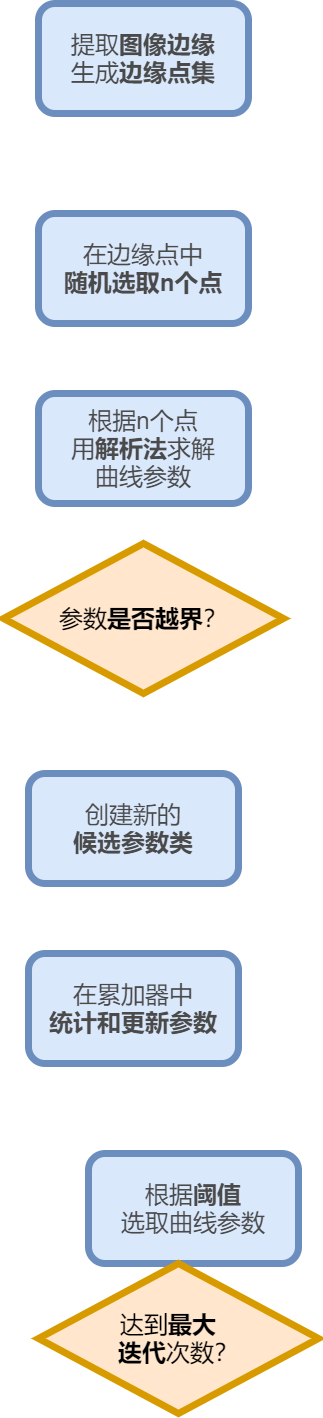
AAAAAAAyq/Personal-Studying keeps this draw.io diagram as rhf.drawio.png. Above is the earlier version. Source tidied: cells renumbered, new cells last; positions are measured from the earlier drawing's top-left corner, leaving out a move shared by most shapes.
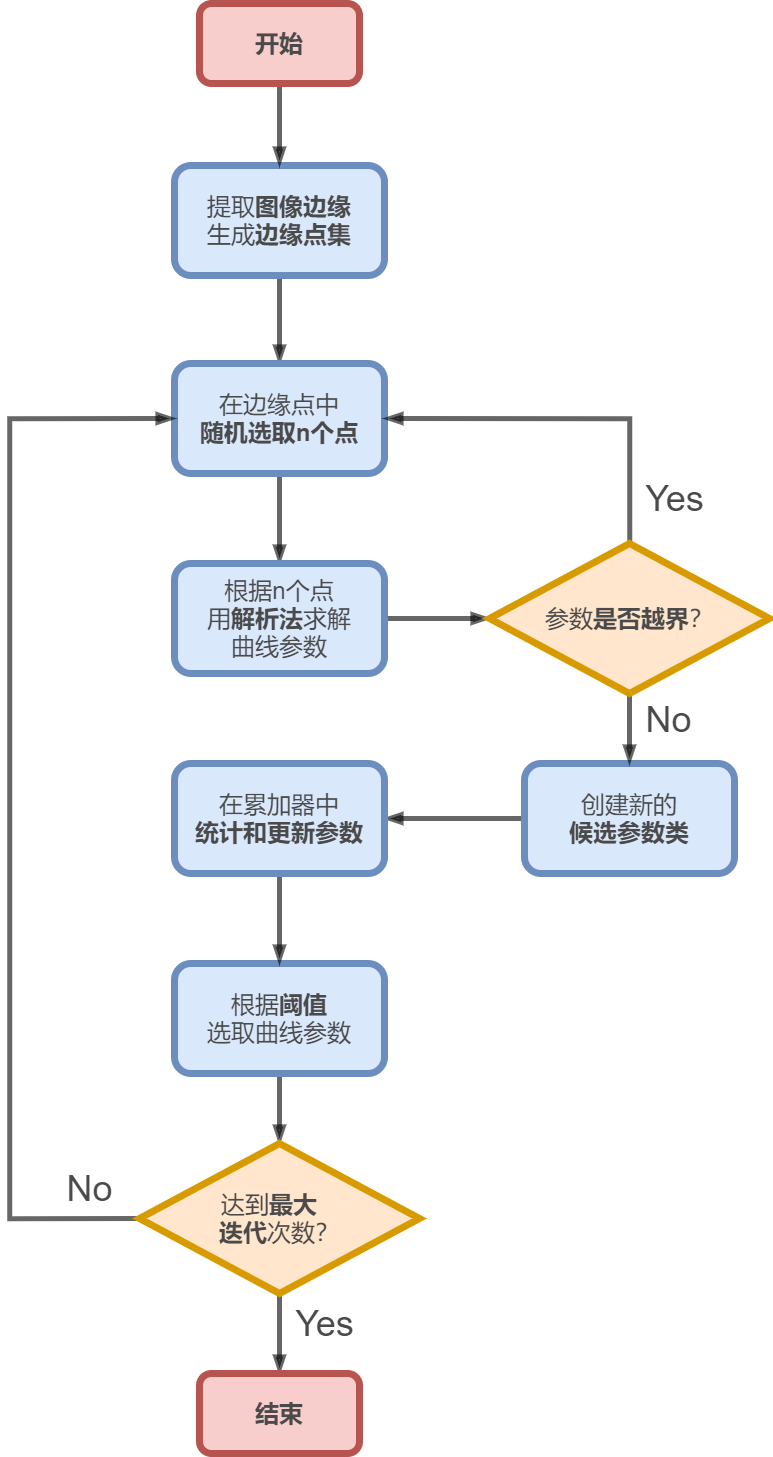
After the commit.

The edit, as a diff of the source:
```diff
@@ -2,29 +2,89 @@
   <root>
     <mxCell id="0" />
     <mxCell id="1" parent="0" />
+    <mxCell id="10" style="edgeStyle=orthogonalEdgeStyle;rounded=0;jettySize=auto;html=1;fontSize=36;fontColor=#4A4A4A;endArrow=blockThin;endFill=1;strokeWidth=5;opacity=60;" parent="1" edge="1" source="2" target="4">
+      <mxGeometry relative="1" as="geometry" />
+    </mxCell>
     <mxCell id="2" value="&lt;font style=&quot;font-size: 24px&quot;&gt;提取&lt;b&gt;图像边缘&lt;/b&gt;&lt;br&gt;生成&lt;b&gt;边缘点集&lt;/b&gt;&lt;br&gt;&lt;/font&gt;" style="rounded=1;whiteSpace=wrap;html=1;fillColor=#dae8fc;strokeColor=#6c8ebf;strokeWidth=7;fontColor=#4A4A4A;fontStyle=0;" parent="1" vertex="1">
-      <mxGeometry x="35" width="210" height="110" as="geometry" />
+      <mxGeometry y="32" width="210" height="110" as="geometry" />
     </mxCell>
+    <mxCell id="11" style="edgeStyle=orthogonalEdgeStyle;rounded=0;jettySize=auto;html=1;exitX=0.5;exitY=1;exitDx=0;exitDy=0;fontSize=36;fontColor=#4A4A4A;endArrow=blockThin;endFill=1;strokeWidth=5;opacity=60;" parent="1" edge="1" source="3" target="5">
+      <mxGeometry relative="1" as="geometry" />
+    </mxCell>
     <mxCell id="3" value="&lt;font style=&quot;font-size: 24px&quot;&gt;根据&lt;b&gt;阈值&lt;/b&gt;&lt;br&gt;选取曲线参数&lt;/font&gt;" style="rounded=1;whiteSpace=wrap;html=1;fillColor=#dae8fc;strokeColor=#6c8ebf;strokeWidth=7;fontColor=#4A4A4A;fontStyle=0;" parent="1" vertex="1">
-      <mxGeometry x="85" y="1150" width="210" height="110" as="geometry" />
+      <mxGeometry y="830" width="210" height="110" as="geometry" />
     </mxCell>
+    <mxCell id="12" style="edgeStyle=orthogonalEdgeStyle;rounded=0;jettySize=auto;html=1;fontSize=36;fontColor=#4A4A4A;endArrow=blockThin;endFill=1;strokeWidth=5;opacity=60;" parent="1" edge="1" source="4" target="6">
+      <mxGeometry relative="1" as="geometry" />
+    </mxCell>
     <mxCell id="4" value="&lt;span style=&quot;font-size: 24px&quot;&gt;&lt;span&gt;在边缘点中&lt;br&gt;&lt;b&gt;随机选取n个点&lt;/b&gt;&lt;/span&gt;&lt;/span&gt;" style="rounded=1;whiteSpace=wrap;html=1;fillColor=#dae8fc;strokeColor=#6c8ebf;strokeWidth=7;fontColor=#4A4A4A;fontStyle=0;" parent="1" vertex="1">
-      <mxGeometry x="35" y="210" width="210" height="110" as="geometry" />
+      <mxGeometry y="230" width="210" height="110" as="geometry" />
     </mxCell>
+    <mxCell id="13" style="edgeStyle=orthogonalEdgeStyle;rounded=0;jettySize=auto;html=1;exitX=0.5;exitY=1;exitDx=0;exitDy=0;fontSize=36;fontColor=#4A4A4A;endArrow=blockThin;endFill=1;strokeWidth=5;opacity=60;" parent="1" edge="1" source="5" target="22">
+      <mxGeometry relative="1" as="geometry" />
+    </mxCell>
+    <mxCell id="14" style="edgeStyle=orthogonalEdgeStyle;rounded=0;jettySize=auto;html=1;exitX=0;exitY=0.5;exitDx=0;exitDy=0;entryX=0;entryY=0.5;entryDx=0;entryDy=0;fontSize=36;fontColor=#4A4A4A;endArrow=blockThin;endFill=1;strokeWidth=5;opacity=60;" parent="1" edge="1" source="5" target="4">
+      <mxGeometry relative="1" as="geometry">
+        <Array as="points">
+          <mxPoint x="-165" y="1085" />
+          <mxPoint x="-165" y="285" />
+        </Array>
+      </mxGeometry>
+    </mxCell>
-    <mxCell id="5" value="达到&lt;b&gt;最大&amp;nbsp; &amp;nbsp;&lt;br&gt;迭代&lt;/b&gt;次数？" style="rhombus;whiteSpace=wrap;html=1;fontSize=24;strokeWidth=7;fillColor=#ffe6cc;strokeColor=#d79b00;fontStyle=0;" parent="1" vertex="1">
-      <mxGeometry x="35" y="1260" width="280" height="150" as="geometry" />
+    <mxCell id="5" value="达到&lt;b&gt;最大&amp;nbsp; &amp;nbsp;&lt;br&gt;迭代&lt;/b&gt;次数？" style="rhombus;whiteSpace=wrap;html=1;fontSize=24;strokeWidth=7;fillColor=#ffe6cc;strokeColor=#d79b00;fontStyle=0;fontColor=#4A4A4A;" parent="1" vertex="1">
+      <mxGeometry x="-35" y="1010" width="280" height="150" as="geometry" />
     </mxCell>
+    <mxCell id="15" style="edgeStyle=orthogonalEdgeStyle;rounded=0;jettySize=auto;html=1;fontSize=36;fontColor=#4A4A4A;endArrow=blockThin;endFill=1;strokeWidth=5;opacity=60;" parent="1" edge="1" source="6" target="8">
+      <mxGeometry relative="1" as="geometry" />
+    </mxCell>
     <mxCell id="6" value="&lt;span style=&quot;font-size: 24px&quot;&gt;根据n个点&lt;br&gt;用&lt;b&gt;解析法&lt;/b&gt;求解&lt;br&gt;曲线参数&lt;/span&gt;" style="rounded=1;whiteSpace=wrap;html=1;fillColor=#dae8fc;strokeColor=#6c8ebf;strokeWidth=7;fontColor=#4A4A4A;fontStyle=0;" parent="1" vertex="1">
-      <mxGeometry x="35" y="390" width="210" height="110" as="geometry" />
+      <mxGeometry y="430" width="210" height="110" as="geometry" />
     </mxCell>
+    <mxCell id="16" style="edgeStyle=orthogonalEdgeStyle;rounded=0;jettySize=auto;html=1;fontSize=36;fontColor=#4A4A4A;endArrow=blockThin;endFill=1;strokeWidth=5;opacity=60;" parent="1" edge="1" source="7" target="9">
+      <mxGeometry relative="1" as="geometry" />
+    </mxCell>
     <mxCell id="7" value="&lt;span style=&quot;font-size: 24px&quot;&gt;创建新的&lt;br&gt;&lt;b&gt;候选参数类&lt;/b&gt;&lt;/span&gt;" style="rounded=1;whiteSpace=wrap;html=1;fillColor=#dae8fc;strokeColor=#6c8ebf;strokeWidth=7;fontColor=#4A4A4A;fontStyle=0;" parent="1" vertex="1">
-      <mxGeometry x="25" y="770" width="210" height="110" as="geometry" />
+      <mxGeometry x="350" y="630" width="210" height="110" as="geometry" />
     </mxCell>
+    <mxCell id="17" style="edgeStyle=orthogonalEdgeStyle;rounded=0;jettySize=auto;html=1;entryX=1;entryY=0.5;entryDx=0;entryDy=0;fontSize=36;fontColor=#4A4A4A;endArrow=blockThin;endFill=1;strokeWidth=5;opacity=60;" parent="1" edge="1" source="8" target="4">
+      <mxGeometry relative="1" as="geometry">
+        <Array as="points">
+          <mxPoint x="455" y="285" />
+        </Array>
+      </mxGeometry>
+    </mxCell>
+    <mxCell id="18" style="edgeStyle=orthogonalEdgeStyle;rounded=0;jettySize=auto;html=1;fontSize=36;fontColor=#4A4A4A;endArrow=blockThin;endFill=1;strokeWidth=5;opacity=60;" parent="1" edge="1" source="8" target="7">
+      <mxGeometry relative="1" as="geometry" />
+    </mxCell>
-    <mxCell id="8" value="参数&lt;b&gt;是否越界&lt;/b&gt;？" style="rhombus;whiteSpace=wrap;html=1;fontSize=24;strokeWidth=7;fillColor=#ffe6cc;strokeColor=#d79b00;fontStyle=0;" parent="1" vertex="1">
-      <mxGeometry y="540" width="280" height="150" as="geometry" />
+    <mxCell id="8" value="参数&lt;b&gt;是否越界&lt;/b&gt;？" style="rhombus;whiteSpace=wrap;html=1;fontSize=24;strokeWidth=7;fillColor=#ffe6cc;strokeColor=#d79b00;fontStyle=0;fontColor=#4A4A4A;" parent="1" vertex="1">
+      <mxGeometry x="315" y="410" width="280" height="150" as="geometry" />
     </mxCell>
+    <mxCell id="19" style="edgeStyle=orthogonalEdgeStyle;rounded=0;jettySize=auto;html=1;exitX=0.5;exitY=1;exitDx=0;exitDy=0;entryX=0.5;entryY=0;entryDx=0;entryDy=0;fontSize=36;fontColor=#4A4A4A;endArrow=blockThin;endFill=1;strokeWidth=5;opacity=60;" parent="1" edge="1" source="9" target="3">
+      <mxGeometry relative="1" as="geometry" />
+    </mxCell>
     <mxCell id="9" value="&lt;span style=&quot;font-size: 24px&quot;&gt;在累加器中&lt;br&gt;&lt;b&gt;统计和更新参数&lt;/b&gt;&lt;/span&gt;" style="rounded=1;whiteSpace=wrap;html=1;fillColor=#dae8fc;strokeColor=#6c8ebf;strokeWidth=7;fontColor=#4A4A4A;fontStyle=0;" parent="1" vertex="1">
-      <mxGeometry x="25" y="950" width="210" height="110" as="geometry" />
+      <mxGeometry y="630" width="210" height="110" as="geometry" />
     </mxCell>
+    <mxCell id="20" style="edgeStyle=orthogonalEdgeStyle;rounded=0;jettySize=auto;html=1;fontSize=36;fontColor=#4A4A4A;endArrow=blockThin;endFill=1;strokeWidth=5;opacity=60;" parent="1" edge="1" source="21" target="2">
+      <mxGeometry relative="1" as="geometry" />
+    </mxCell>
+    <mxCell id="21" value="&lt;font style=&quot;font-size: 24px&quot;&gt;开始&lt;br style=&quot;font-size: 24px;&quot;&gt;&lt;/font&gt;" style="rounded=1;whiteSpace=wrap;html=1;fillColor=#f8cecc;strokeColor=#b85450;strokeWidth=7;fontStyle=1;fontColor=#4A4A4A;fontSize=24;" parent="1" vertex="1">
+      <mxGeometry x="25" y="-130" width="160" height="80" as="geometry" />
+    </mxCell>
+    <mxCell id="22" value="&lt;font style=&quot;font-size: 24px&quot;&gt;结束&lt;br style=&quot;font-size: 24px&quot;&gt;&lt;/font&gt;" style="rounded=1;whiteSpace=wrap;html=1;fillColor=#f8cecc;strokeColor=#b85450;strokeWidth=7;fontStyle=1;fontColor=#4A4A4A;fontSize=24;" parent="1" vertex="1">
+      <mxGeometry x="25" y="1240" width="160" height="80" as="geometry" />
+    </mxCell>
+    <mxCell id="23" value="Yes" style="text;html=1;align=center;verticalAlign=middle;strokeColor=none;fillColor=none;fontSize=36;fontColor=#4A4A4A;" parent="1" vertex="1">
+      <mxGeometry x="115" y="1165" width="70" height="50" as="geometry" />
+    </mxCell>
+    <mxCell id="24" value="Yes" style="text;html=1;align=center;verticalAlign=middle;strokeColor=none;fillColor=none;fontSize=36;fontColor=#4A4A4A;" parent="1" vertex="1">
+      <mxGeometry x="465" y="340" width="70" height="50" as="geometry" />
+    </mxCell>
+    <mxCell id="25" value="No" style="text;html=1;align=center;verticalAlign=middle;strokeColor=none;fillColor=none;fontSize=36;fontColor=#4A4A4A;" parent="1" vertex="1">
+      <mxGeometry x="-115" y="1030" width="60" height="50" as="geometry" />
+    </mxCell>
+    <mxCell id="26" value="No" style="text;html=1;align=center;verticalAlign=middle;strokeColor=none;fillColor=none;fontSize=36;fontColor=#4A4A4A;" parent="1" vertex="1">
+      <mxGeometry x="464" y="561" width="60" height="50" as="geometry" />
+    </mxCell>
   </root>
 </mxGraphModel>
```
